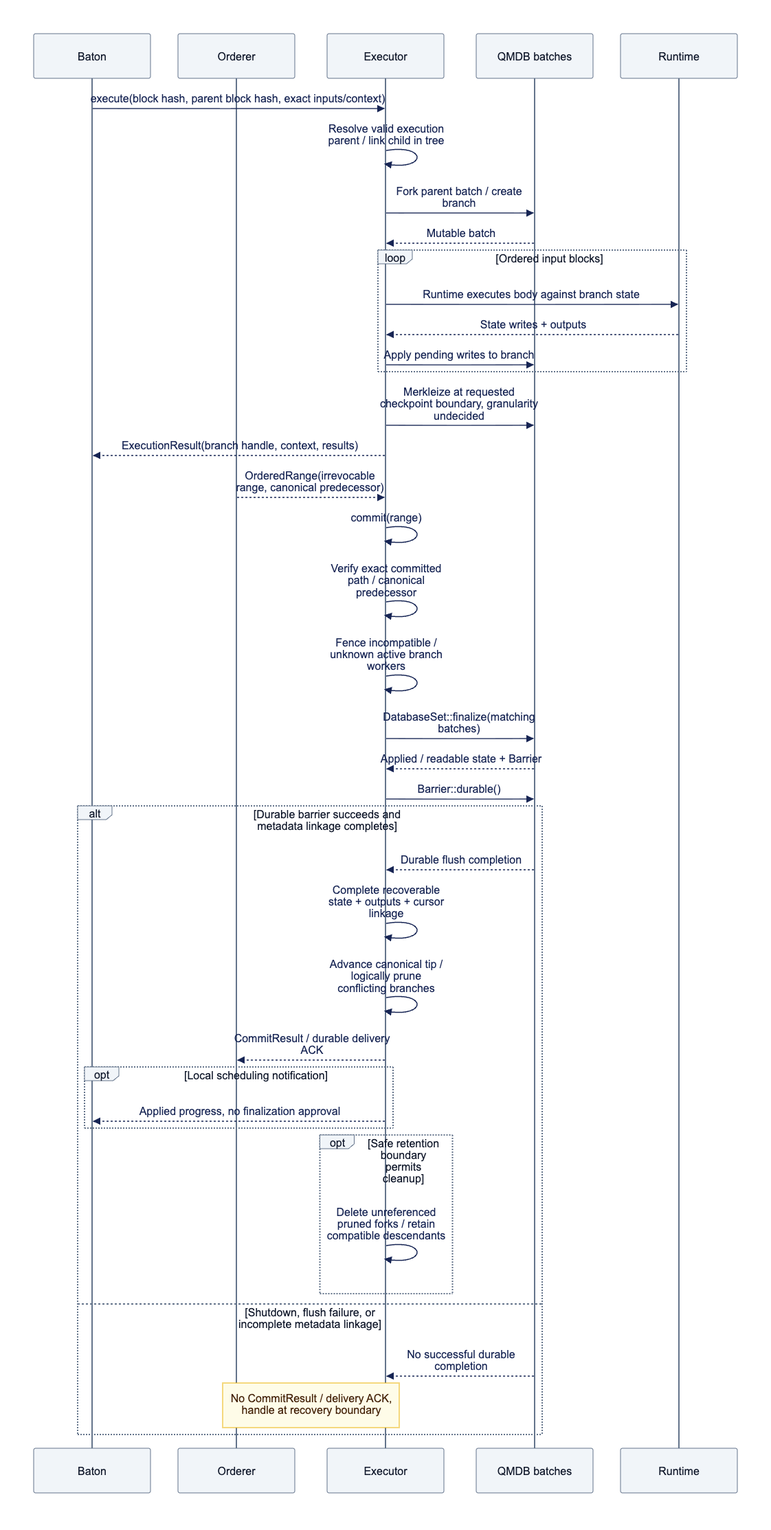
djm07073/baton-research keeps this Mermaid diagram as docs/assets/diagrams/diagram-09.png. Above is the earlier version. Its source is kept beside it as docs/assets/diagrams/diagram-09.mmd.
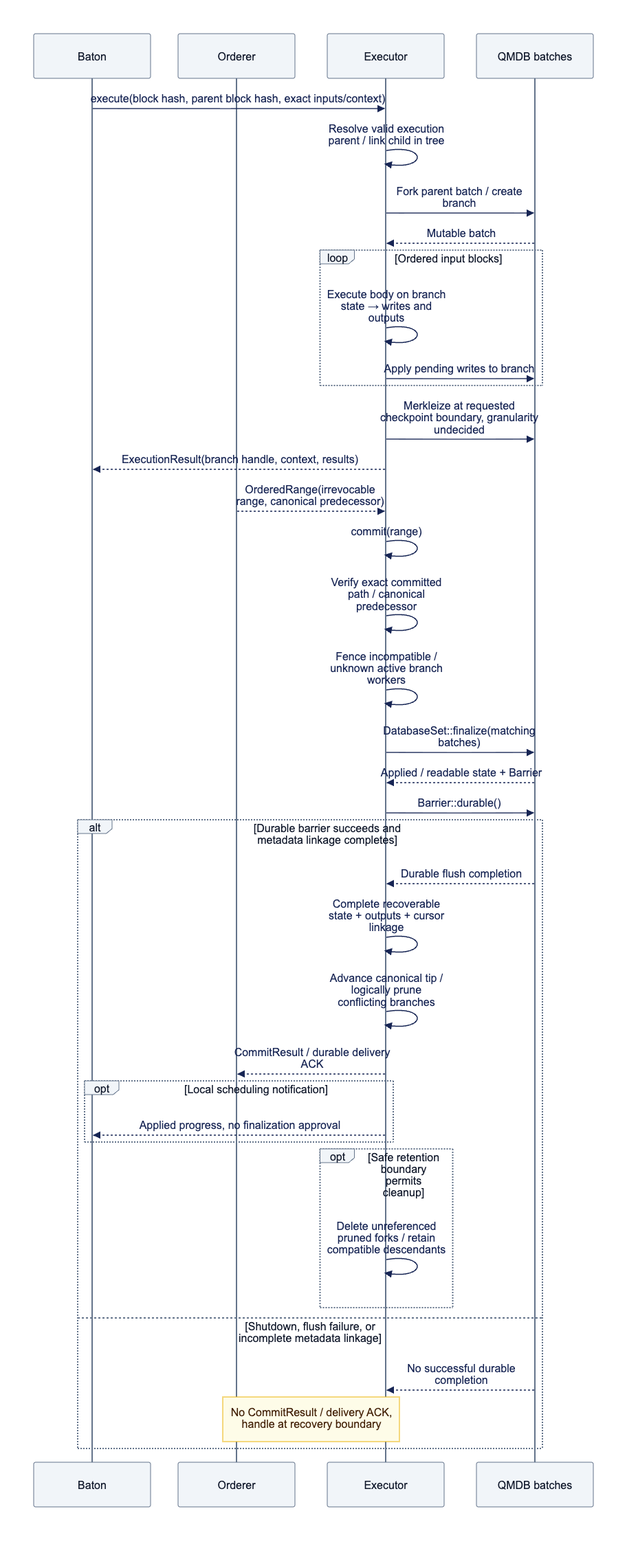
After the commit.

Change to the diagram source:
```diff
@@ -3,14 +3,12 @@
     participant M as Orderer
     participant O as Executor
     participant Q as QMDB batches
-    participant A as Runtime
     B->>O: execute(block hash, parent block hash, exact inputs/context)
     O->>O: Resolve valid execution parent / link child in tree
     O->>Q: Fork parent batch / create branch
     Q-->>O: Mutable batch
     loop Ordered input blocks
-        O->>A: Runtime executes body against branch state
-        A-->>O: State writes + outputs
+        O->>O: Execute body on branch state → writes and outputs
         O->>Q: Apply pending writes to branch
     end
     O->>Q: Merkleize at requested checkpoint boundary, granularity undecided
```
